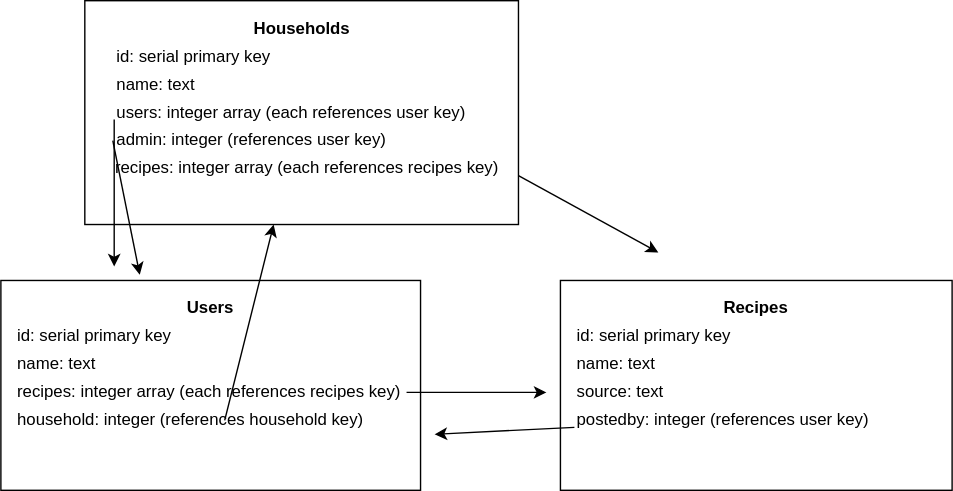
Before: databaseStructure.drawio.svg, a diagram exported from draw.io (onlyasmalllizard/planned-meals). Source tidied: cells renumbered, new cells last; positions are measured from the earlier drawing's top-left corner, leaving out a move shared by most shapes. Its diagram source:
```xml
<mxGraphModel>
  <root>
    <mxCell id="0" />
    <mxCell id="1" parent="0" />
    <mxCell id="2" style="group;" parent="1" vertex="1">
      <mxGeometry x="60" width="310" height="160" as="geometry" />
    </mxCell>
    <mxCell id="3" style="rounded=0;whiteSpace=wrap;html=1;" parent="2" vertex="1">
      <mxGeometry width="310" height="160" as="geometry" />
    </mxCell>
    <mxCell id="4" value="&lt;b&gt;Households&lt;/b&gt;" style="text;html=1;strokeColor=none;fillColor=none;align=center;verticalAlign=middle;whiteSpace=wrap;rounded=0;" parent="2" vertex="1">
      <mxGeometry x="112.5" y="10" width="85" height="20" as="geometry" />
    </mxCell>
    <mxCell id="5" value="id: serial primary key" style="text;html=1;strokeColor=none;fillColor=none;align=left;verticalAlign=middle;whiteSpace=wrap;rounded=0;" parent="2" vertex="1">
      <mxGeometry x="21" y="30" width="270" height="20" as="geometry" />
    </mxCell>
    <mxCell id="6" value="name: text" style="text;html=1;strokeColor=none;fillColor=none;align=left;verticalAlign=middle;whiteSpace=wrap;rounded=0;" parent="2" vertex="1">
      <mxGeometry x="21" y="50" width="270" height="20" as="geometry" />
    </mxCell>
    <mxCell id="7" value="users: integer array (each references user key)" style="text;html=1;strokeColor=none;fillColor=none;align=left;verticalAlign=middle;whiteSpace=wrap;rounded=0;" parent="2" vertex="1">
      <mxGeometry x="21" y="70" width="270" height="20" as="geometry" />
    </mxCell>
    <mxCell id="8" value="admin: integer (references user key)" style="text;html=1;strokeColor=none;fillColor=none;align=left;verticalAlign=middle;whiteSpace=wrap;rounded=0;" parent="2" vertex="1">
      <mxGeometry x="21" y="90" width="270" height="20" as="geometry" />
    </mxCell>
    <mxCell id="9" value="recipes: integer array (each references recipes key)" style="text;html=1;strokeColor=none;fillColor=none;align=left;verticalAlign=middle;whiteSpace=wrap;rounded=0;" parent="2" vertex="1">
      <mxGeometry x="20" y="110" width="290" height="20" as="geometry" />
    </mxCell>
    <mxCell id="10" style="endArrow=classic;html=1;" parent="2" edge="1">
      <mxGeometry relative="1" as="geometry">
        <mxPoint x="21" y="85" as="sourcePoint" />
        <mxPoint x="21" y="190" as="targetPoint" />
      </mxGeometry>
    </mxCell>
    <mxCell id="11" style="group;" parent="1" vertex="1">
      <mxGeometry y="200" width="300" height="150" as="geometry" />
    </mxCell>
    <mxCell id="12" style="rounded=0;whiteSpace=wrap;html=1;align=left;" parent="11" vertex="1">
      <mxGeometry width="300" height="150" as="geometry" />
    </mxCell>
    <mxCell id="13" value="&lt;b&gt;Users&lt;/b&gt;" style="text;html=1;strokeColor=none;fillColor=none;align=center;verticalAlign=middle;whiteSpace=wrap;rounded=0;" parent="11" vertex="1">
      <mxGeometry x="10" y="10" width="280" height="20" as="geometry" />
    </mxCell>
    <mxCell id="14" value="id: serial primary key" style="text;html=1;strokeColor=none;fillColor=none;align=left;verticalAlign=middle;whiteSpace=wrap;rounded=0;" parent="11" vertex="1">
      <mxGeometry x="10" y="30" width="280" height="20" as="geometry" />
    </mxCell>
    <mxCell id="15" value="name: text" style="text;html=1;strokeColor=none;fillColor=none;align=left;verticalAlign=middle;whiteSpace=wrap;rounded=0;" parent="11" vertex="1">
      <mxGeometry x="10" y="50" width="280" height="20" as="geometry" />
    </mxCell>
    <mxCell id="16" value="recipes: integer array (each references recipes key)" style="text;html=1;strokeColor=none;fillColor=none;align=left;verticalAlign=middle;whiteSpace=wrap;rounded=0;" parent="11" vertex="1">
      <mxGeometry x="10" y="70" width="280" height="20" as="geometry" />
    </mxCell>
    <mxCell id="17" value="household: integer (references household key)" style="text;html=1;strokeColor=none;fillColor=none;align=left;verticalAlign=middle;whiteSpace=wrap;rounded=0;" parent="11" vertex="1">
      <mxGeometry x="10" y="90" width="280" height="20" as="geometry" />
    </mxCell>
    <mxCell id="18" style="group;" parent="1" vertex="1">
      <mxGeometry x="400" y="200" width="280" height="150" as="geometry" />
    </mxCell>
    <mxCell id="19" style="rounded=0;whiteSpace=wrap;html=1;align=left;" parent="18" vertex="1">
      <mxGeometry width="280" height="150" as="geometry" />
    </mxCell>
    <mxCell id="20" value="&lt;b&gt;Recipes&lt;/b&gt;" style="text;html=1;strokeColor=none;fillColor=none;align=center;verticalAlign=middle;whiteSpace=wrap;rounded=0;" parent="18" vertex="1">
      <mxGeometry x="10" y="10" width="260" height="20" as="geometry" />
    </mxCell>
    <mxCell id="21" value="id: serial primary key" style="text;html=1;strokeColor=none;fillColor=none;align=left;verticalAlign=middle;whiteSpace=wrap;rounded=0;" parent="18" vertex="1">
      <mxGeometry x="10" y="30" width="260" height="20" as="geometry" />
    </mxCell>
    <mxCell id="22" value="name: text" style="text;html=1;strokeColor=none;fillColor=none;align=left;verticalAlign=middle;whiteSpace=wrap;rounded=0;" parent="18" vertex="1">
      <mxGeometry x="10" y="50" width="260" height="20" as="geometry" />
    </mxCell>
    <mxCell id="23" value="source: text" style="text;html=1;strokeColor=none;fillColor=none;align=left;verticalAlign=middle;whiteSpace=wrap;rounded=0;" parent="18" vertex="1">
      <mxGeometry x="10" y="70" width="260" height="20" as="geometry" />
    </mxCell>
    <mxCell id="24" value="postedby: integer (references user key)" style="text;html=1;strokeColor=none;fillColor=none;align=left;verticalAlign=middle;whiteSpace=wrap;rounded=0;" parent="18" vertex="1">
      <mxGeometry x="10" y="90" width="260" height="20" as="geometry" />
    </mxCell>
    <mxCell id="25" style="endArrow=classic;html=1;" parent="18" edge="1">
      <mxGeometry relative="1" as="geometry">
        <mxPoint x="10" y="105" as="sourcePoint" />
        <mxPoint x="-90" y="110" as="targetPoint" />
      </mxGeometry>
    </mxCell>
    <mxCell id="26" style="endArrow=classic;html=1;exitX=1;exitY=0.75;exitDx=0;exitDy=0;" parent="1" edge="1" source="9">
      <mxGeometry relative="1" as="geometry">
        <mxPoint x="470" y="180" as="targetPoint" />
      </mxGeometry>
    </mxCell>
    <mxCell id="27" style="endArrow=classic;html=1;" parent="1" edge="1">
      <mxGeometry relative="1" as="geometry">
        <mxPoint x="290" y="280" as="sourcePoint" />
        <mxPoint x="390" y="280" as="targetPoint" />
      </mxGeometry>
    </mxCell>
    <mxCell id="28" style="endArrow=classic;html=1;entryX=0.331;entryY=-0.027;entryDx=0;entryDy=0;entryPerimeter=0;" parent="1" edge="1" target="12">
      <mxGeometry relative="1" as="geometry">
        <mxPoint x="80" y="100" as="sourcePoint" />
      </mxGeometry>
    </mxCell>
    <mxCell id="29" style="endArrow=classic;html=1;" parent="1" edge="1" target="3">
      <mxGeometry relative="1" as="geometry">
        <mxPoint x="160" y="300" as="sourcePoint" />
      </mxGeometry>
    </mxCell>
  </root>
</mxGraphModel>
```
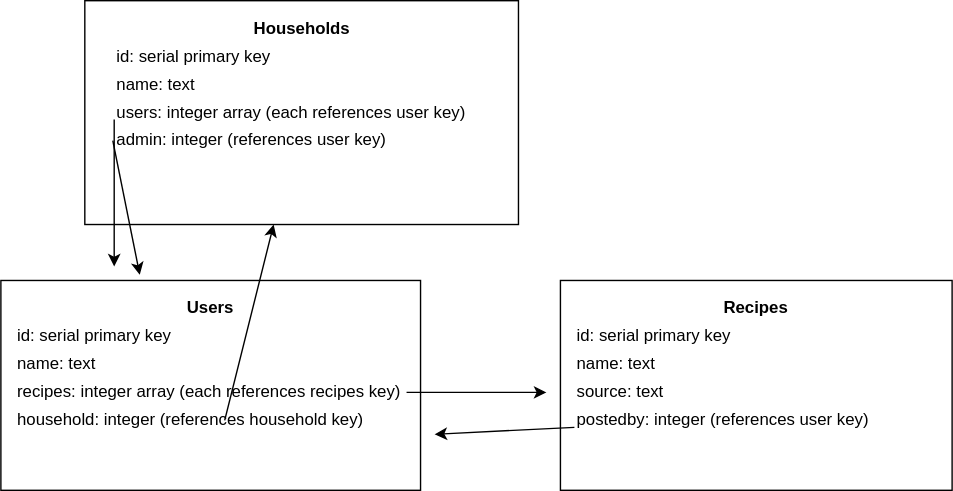
The same diagram one commit later.

The edit, as a diff of the source:
```diff
@@ -23,9 +23,6 @@
     <mxCell id="8" value="admin: integer (references user key)" style="text;html=1;strokeColor=none;fillColor=none;align=left;verticalAlign=middle;whiteSpace=wrap;rounded=0;" parent="2" vertex="1">
       <mxGeometry x="21" y="90" width="270" height="20" as="geometry" />
     </mxCell>
-    <mxCell id="9" value="recipes: integer array (each references recipes key)" style="text;html=1;strokeColor=none;fillColor=none;align=left;verticalAlign=middle;whiteSpace=wrap;rounded=0;" parent="2" vertex="1">
-      <mxGeometry x="20" y="110" width="290" height="20" as="geometry" />
-    </mxCell>
     <mxCell id="10" style="endArrow=classic;html=1;" parent="2" edge="1">
       <mxGeometry relative="1" as="geometry">
         <mxPoint x="21" y="85" as="sourcePoint" />
@@ -80,11 +77,6 @@
         <mxPoint x="-90" y="110" as="targetPoint" />
       </mxGeometry>
     </mxCell>
-    <mxCell id="26" style="endArrow=classic;html=1;exitX=1;exitY=0.75;exitDx=0;exitDy=0;" parent="1" edge="1" source="9">
-      <mxGeometry relative="1" as="geometry">
-        <mxPoint x="470" y="180" as="targetPoint" />
-      </mxGeometry>
-    </mxCell>
     <mxCell id="27" style="endArrow=classic;html=1;" parent="1" edge="1">
       <mxGeometry relative="1" as="geometry">
         <mxPoint x="290" y="280" as="sourcePoint" />
```
